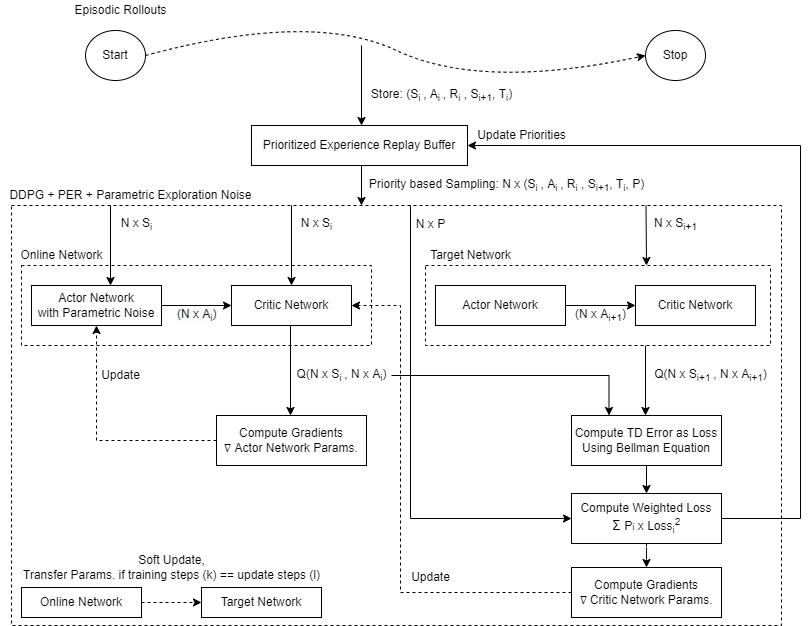
Earlier version of the draw.io export presentation/pictures/Improved DDPG.png (KanishkNavale/AI-for-Robot-Tasks). Source tidied: cells renumbered, new cells last; positions are measured from the earlier drawing's top-left corner, leaving out a move shared by most shapes.
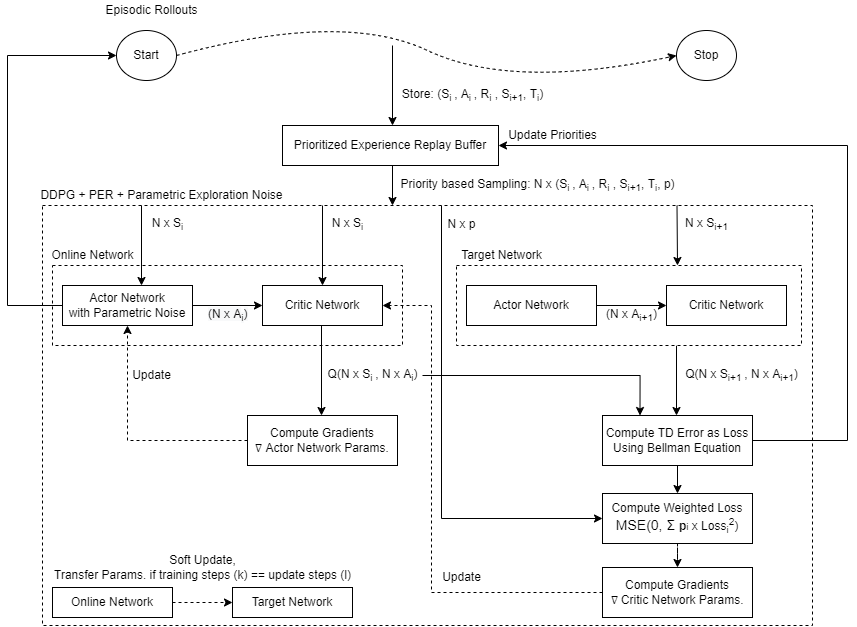
The same diagram one commit later.

Diff of the diagram source:
```diff
@@ -51,12 +51,20 @@
         <mxPoint x="361" y="205" as="targetPoint" />
       </mxGeometry>
     </mxCell>
-    <mxCell id="13" value="Priority based Sampling: N x (S&lt;sub&gt;i &lt;/sub&gt;, A&lt;sub&gt;i&amp;nbsp;&lt;/sub&gt;, R&lt;sub&gt;i&lt;/sub&gt; , S&lt;sub&gt;i+1&lt;/sub&gt;, T&lt;sub&gt;i&lt;/sub&gt;, P)" style="text;html=1;align=center;verticalAlign=middle;strokeColor=none;fillColor=none;" parent="1" vertex="1">
+    <mxCell id="13" value="Priority based Sampling: N x (S&lt;sub&gt;i &lt;/sub&gt;, A&lt;sub&gt;i&amp;nbsp;&lt;/sub&gt;, R&lt;sub&gt;i&lt;/sub&gt; , S&lt;sub&gt;i+1&lt;/sub&gt;, T&lt;sub&gt;i&lt;/sub&gt;, p)" style="text;html=1;align=center;verticalAlign=middle;strokeColor=none;fillColor=none;" parent="1" vertex="1">
       <mxGeometry x="361" y="175" width="290" height="20" as="geometry" />
     </mxCell>
     <mxCell id="14" style="edgeStyle=orthogonalEdgeStyle;rounded=0;jettySize=auto;html=1;exitX=1;exitY=0.5;exitDx=0;exitDy=0;" parent="1" edge="1" source="15" target="16">
       <mxGeometry relative="1" as="geometry" />
     </mxCell>
+    <mxCell id="54" style="edgeStyle=orthogonalEdgeStyle;rounded=0;jettySize=auto;html=1;exitX=0;exitY=0.5;exitDx=0;exitDy=0;entryX=0;entryY=0.5;entryDx=0;entryDy=0;" parent="1" edge="1" source="15" target="5">
+      <mxGeometry relative="1" as="geometry">
+        <Array as="points">
+          <mxPoint x="-24" y="305" />
+          <mxPoint x="-24" y="55" />
+        </Array>
+      </mxGeometry>
+    </mxCell>
     <mxCell id="15" value="Actor Network&lt;br&gt;with Parametric Noise" style="rounded=0;whiteSpace=wrap;html=1;" parent="1" vertex="1">
       <mxGeometry x="31" y="285" width="130" height="40" as="geometry" />
     </mxCell>
@@ -128,6 +136,14 @@
     <mxCell id="33" style="edgeStyle=orthogonalEdgeStyle;rounded=0;jettySize=auto;html=1;fontSize=12;fontColor=#000000;" parent="1" edge="1" source="34" target="38">
       <mxGeometry relative="1" as="geometry" />
     </mxCell>
+    <mxCell id="55" style="edgeStyle=orthogonalEdgeStyle;rounded=0;jettySize=auto;html=1;entryX=1;entryY=0.5;entryDx=0;entryDy=0;" parent="1" edge="1" source="34" target="9">
+      <mxGeometry relative="1" as="geometry">
+        <Array as="points">
+          <mxPoint x="816" y="440" />
+          <mxPoint x="816" y="145" />
+        </Array>
+      </mxGeometry>
+    </mxCell>
     <mxCell id="34" value="Compute TD Error as Loss&lt;br&gt;Using Bellman Equation" style="rounded=0;whiteSpace=wrap;html=1;" parent="1" vertex="1">
       <mxGeometry x="571" y="415" width="150" height="50" as="geometry" />
     </mxCell>
@@ -137,15 +153,7 @@
     <mxCell id="36" style="edgeStyle=orthogonalEdgeStyle;rounded=0;jettySize=auto;html=1;entryX=0.5;entryY=0;entryDx=0;entryDy=0;dashed=1;fontSize=12;fontColor=#000000;" parent="1" edge="1" source="38" target="45">
       <mxGeometry relative="1" as="geometry" />
     </mxCell>
-    <mxCell id="37" style="edgeStyle=orthogonalEdgeStyle;rounded=0;jettySize=auto;html=1;entryX=1;entryY=0.5;entryDx=0;entryDy=0;fontSize=12;fontColor=#000000;" parent="1" edge="1" source="38" target="9">
-      <mxGeometry relative="1" as="geometry">
-        <Array as="points">
-          <mxPoint x="800" y="518" />
-          <mxPoint x="800" y="145" />
-        </Array>
-      </mxGeometry>
-    </mxCell>
-    <mxCell id="38" value="Compute Weighted Loss&lt;br&gt;&lt;span style=&quot;font-family: &amp;#34;arial&amp;#34; , sans-serif ; font-size: 14px ; text-align: left&quot;&gt;Σ&lt;/span&gt;&lt;b style=&quot;font-family: &amp;#34;arial&amp;#34; , sans-serif ; font-size: 14px ; text-align: left&quot;&gt;&amp;nbsp;&lt;/b&gt;P&lt;span style=&quot;font-size: 10px&quot;&gt;i&lt;/span&gt;&amp;nbsp;x Loss&lt;sub&gt;i&lt;/sub&gt;&lt;sup&gt;2&lt;/sup&gt;" style="rounded=0;whiteSpace=wrap;html=1;" parent="1" vertex="1">
+    <mxCell id="38" value="Compute Weighted Loss&lt;br&gt;&lt;span style=&quot;font-family: &amp;#34;arial&amp;#34; , sans-serif ; font-size: 14px ; text-align: left&quot;&gt;MSE(0, Σ&lt;/span&gt;&lt;b style=&quot;font-family: &amp;#34;arial&amp;#34; , sans-serif ; font-size: 14px ; text-align: left&quot;&gt;&amp;nbsp;&lt;/b&gt;&lt;b style=&quot;font-family: &amp;#34;arial&amp;#34; , sans-serif ; text-align: left&quot;&gt;p&lt;/b&gt;&lt;span style=&quot;font-size: 10px&quot;&gt;i&lt;/span&gt;&amp;nbsp;x Loss&lt;sub&gt;i&lt;/sub&gt;&lt;sup&gt;2&lt;/sup&gt;)" style="rounded=0;whiteSpace=wrap;html=1;" parent="1" vertex="1">
       <mxGeometry x="571" y="493" width="150" height="50" as="geometry" />
     </mxCell>
     <mxCell id="39" value="Update" style="text;html=1;align=center;verticalAlign=middle;strokeColor=none;fillColor=none;fontSize=12;fontColor=#000000;" parent="1" vertex="1">
@@ -195,7 +203,7 @@
     <mxCell id="52" value="&lt;span style=&quot;color: rgb(0 , 0 , 0) ; font-family: &amp;#34;helvetica&amp;#34; ; font-size: 12px ; font-style: normal ; font-weight: 400 ; letter-spacing: normal ; text-align: center ; text-indent: 0px ; text-transform: none ; word-spacing: 0px ; background-color: rgb(248 , 249 , 250) ; display: inline ; float: none&quot;&gt;(N x A&lt;/span&gt;&lt;sub style=&quot;color: rgb(0 , 0 , 0) ; font-family: &amp;#34;helvetica&amp;#34; ; font-style: normal ; font-weight: 400 ; letter-spacing: normal ; text-align: center ; text-indent: 0px ; text-transform: none ; word-spacing: 0px ; background-color: rgb(248 , 249 , 250)&quot;&gt;i&lt;/sub&gt;&lt;span style=&quot;color: rgb(0 , 0 , 0) ; font-family: &amp;#34;helvetica&amp;#34; ; font-size: 12px ; font-style: normal ; font-weight: 400 ; letter-spacing: normal ; text-align: center ; text-indent: 0px ; text-transform: none ; word-spacing: 0px ; background-color: rgb(248 , 249 , 250) ; display: inline ; float: none&quot;&gt;)&lt;/span&gt;" style="text;whiteSpace=wrap;html=1;fontSize=12;fontColor=#000000;" parent="1" vertex="1">
       <mxGeometry x="175" y="300" width="70" height="30" as="geometry" />
     </mxCell>
-    <mxCell id="53" value="N x P" style="text;html=1;align=center;verticalAlign=middle;strokeColor=none;fillColor=none;fontSize=12;fontColor=#000000;" parent="1" vertex="1">
+    <mxCell id="53" value="N x p" style="text;html=1;align=center;verticalAlign=middle;strokeColor=none;fillColor=none;fontSize=12;fontColor=#000000;" parent="1" vertex="1">
       <mxGeometry x="410" y="214" width="40" height="20" as="geometry" />
     </mxCell>
   </root>
```
